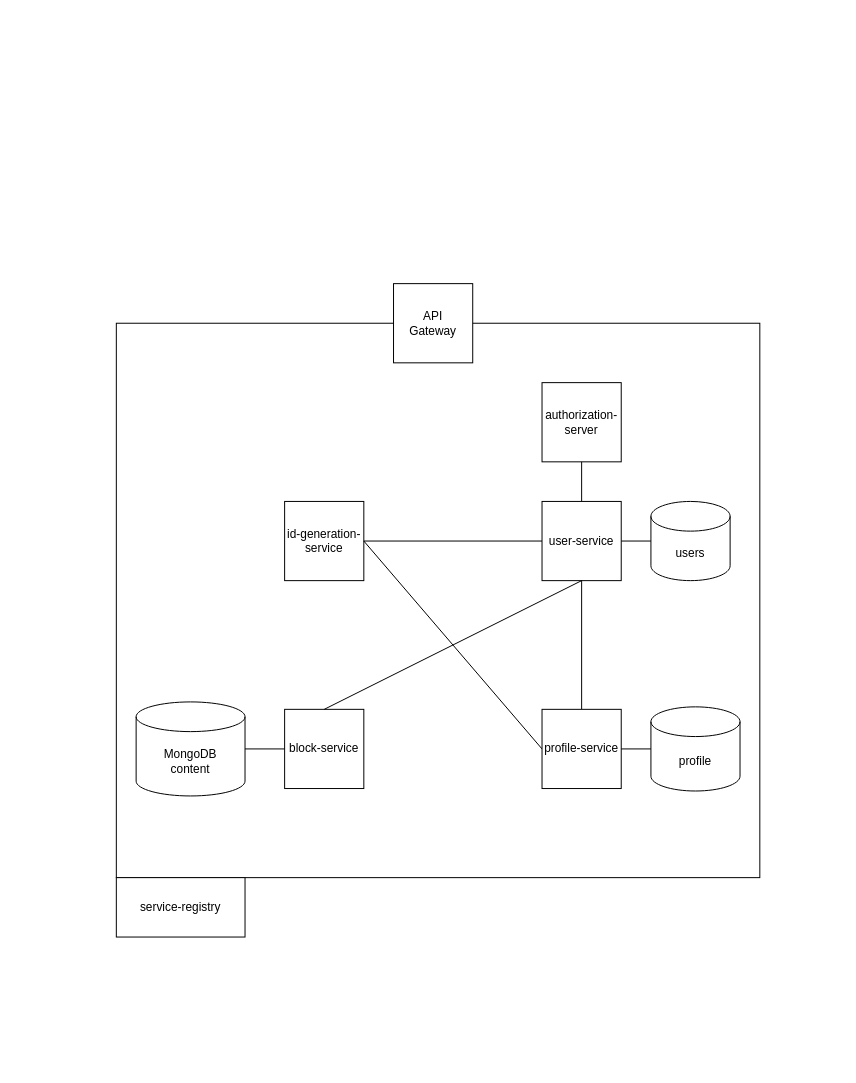
Before: ziplink.drawio in shyn9yskhan/ziplink, a draw.io diagram. Source tidied: cells renumbered, new cells numbered last; positions are measured from the earlier drawing's top-left corner, leaving out a move shared by most shapes. Both pictures are drawn from the tidied source at 99%, with x=0, y=0 at pixel (116, 283).
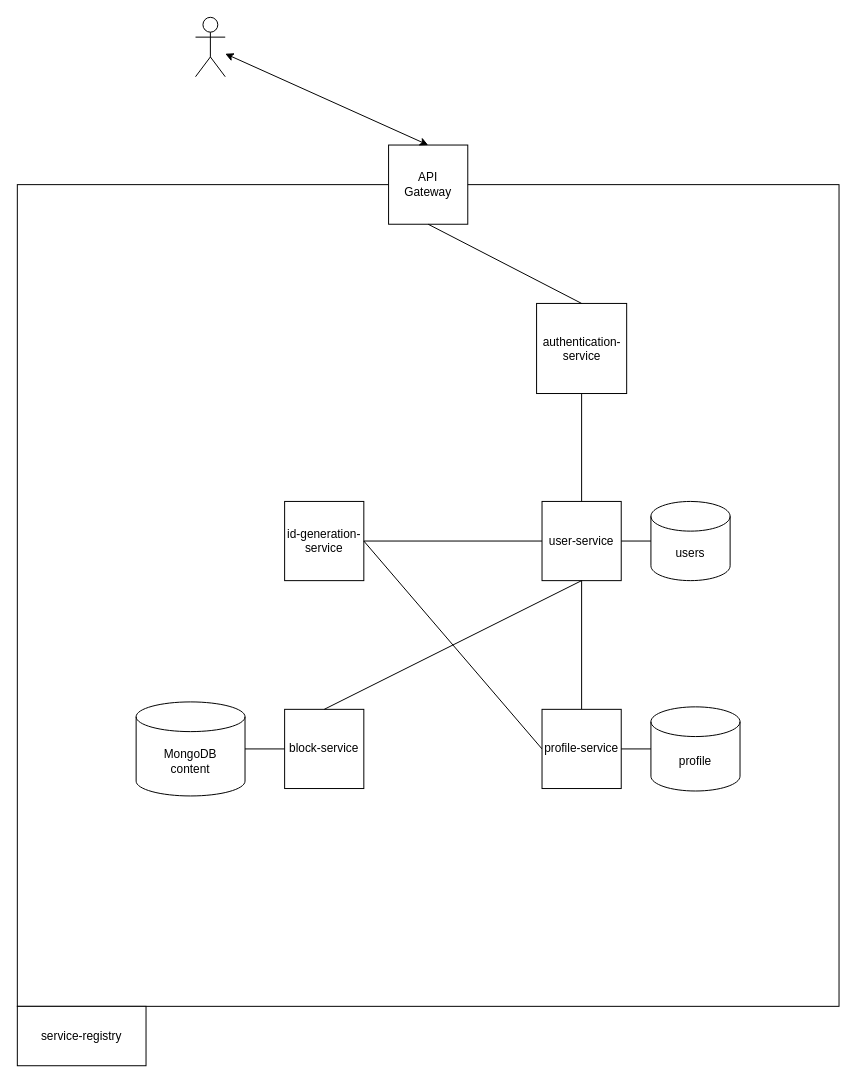
Above is the later version.

Diff of the diagram source:
```diff
@@
     <mxCell id="2" style="rounded=0;whiteSpace=wrap;html=1;" parent="1" vertex="1">
-      <mxGeometry y="40" width="650" height="560" as="geometry" />
+      <mxGeometry x="-100" y="-100" width="830" height="830" as="geometry" />
     </mxCell>
@@
     <mxCell id="11" value="API&lt;div&gt;Gateway&lt;/div&gt;" style="whiteSpace=wrap;html=1;" parent="1" vertex="1">
-      <mxGeometry x="280" width="80" height="80" as="geometry" />
+      <mxGeometry x="275" y="-140" width="80" height="80" as="geometry" />
     </mxCell>
     <mxCell id="12" value="service-registry" style="rounded=0;whiteSpace=wrap;html=1;" parent="1" vertex="1">
-      <mxGeometry y="600" width="130" height="60" as="geometry" />
+      <mxGeometry x="-100" y="730" width="130" height="60" as="geometry" />
     </mxCell>
-    <mxCell id="13" value="authorization-server" style="whiteSpace=wrap;html=1;" parent="1" vertex="1">
-      <mxGeometry x="430" y="100" width="80" height="80" as="geometry" />
+    <mxCell id="13" value="authentication-service" style="whiteSpace=wrap;html=1;" parent="1" vertex="1">
+      <mxGeometry x="424.5" y="20" width="91" height="91" as="geometry" />
     </mxCell>
@@
+    <mxCell id="21" style="endArrow=none;html=1;rounded=0;exitX=0.5;exitY=1;exitDx=0;exitDy=0;entryX=0.5;entryY=0;entryDx=0;entryDy=0;" parent="1" edge="1" source="11" target="13">
+      <mxGeometry relative="1" as="geometry" />
+    </mxCell>
+    <mxCell id="22" style="shape=umlActor;verticalLabelPosition=bottom;verticalAlign=top;html=1;outlineConnect=0;" parent="1" vertex="1">
+      <mxGeometry x="80" y="-269" width="30" height="60" as="geometry" />
+    </mxCell>
+    <mxCell id="23" style="endArrow=classic;startArrow=classic;html=1;rounded=0;exitX=0.5;exitY=0;exitDx=0;exitDy=0;" parent="1" edge="1" source="11" target="22">
+      <mxGeometry relative="1" as="geometry" />
+    </mxCell>
```
